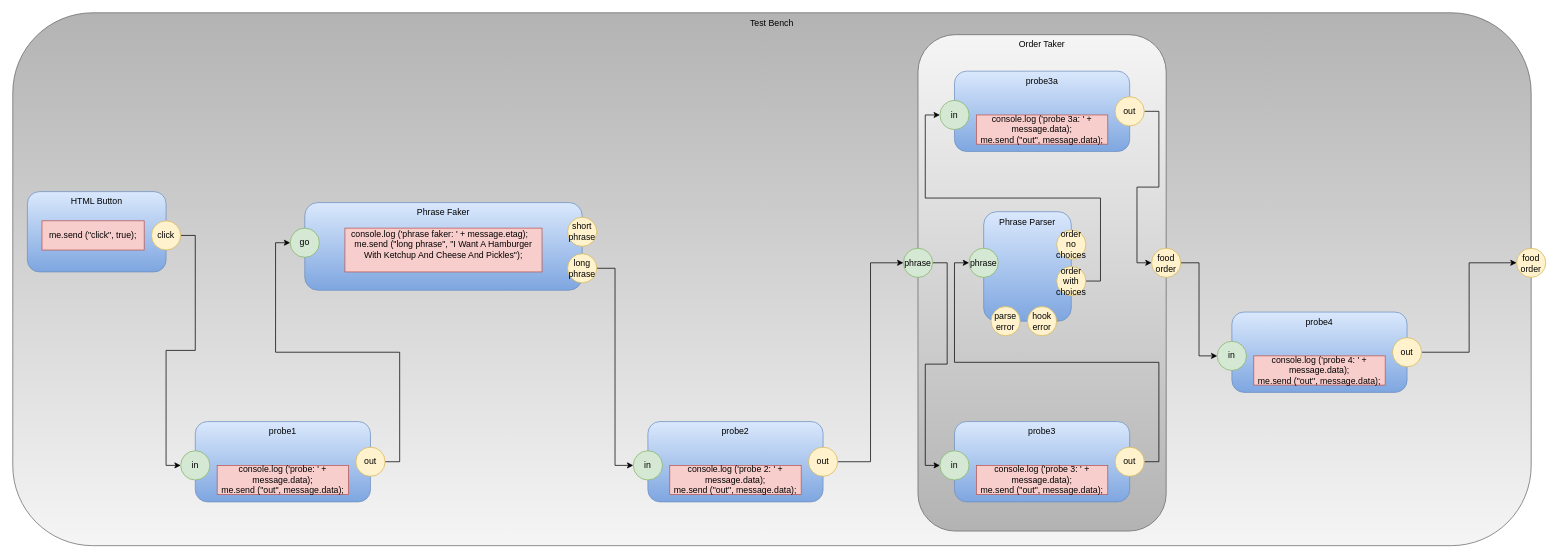
The draw.io diagram testbenchdb.drawio in guitarvydas/das2json, before the edit. Source tidied: cells renumbered, new cells numbered last; positions are measured from the earlier drawing's top-left corner, leaving out a move shared by most shapes. Both pictures are drawn from the tidied source at 73%, with x=0, y=0 at pixel (12, 12).
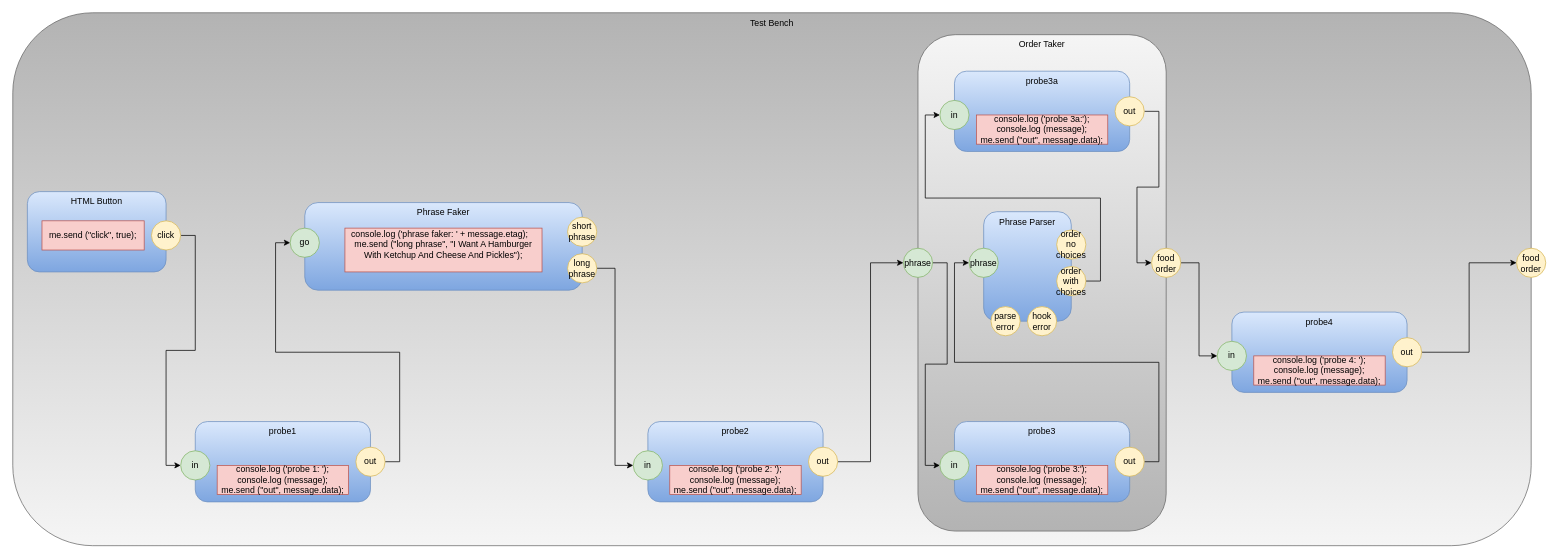
Above is the later version.

The edit, as a diff of the source:
```diff
@@
-    <mxCell id="10" value="console.log ('probe: ' + message.data);&lt;br&gt;me.send (&quot;out&quot;, message.data);" style="rounded=0;whiteSpace=wrap;html=1;fillColor=#f8cecc;strokeColor=#b85450;" parent="1" vertex="1">
+    <mxCell id="10" value="console.log ('probe 1: ');&lt;br&gt;console.log (message);&lt;br&gt;me.send (&quot;out&quot;, message.data);" style="rounded=0;whiteSpace=wrap;html=1;fillColor=#f8cecc;strokeColor=#b85450;" parent="1" vertex="1">
       <mxGeometry x="280" y="620" width="180" height="40" as="geometry" />
     </mxCell>
@@
-    <mxCell id="21" value="console.log ('probe 2: ' + message.data);&lt;br&gt;me.send (&quot;out&quot;, message.data);" style="rounded=0;whiteSpace=wrap;html=1;fillColor=#f8cecc;strokeColor=#b85450;" parent="1" vertex="1">
+    <mxCell id="21" value="console.log ('probe 2: ');&lt;br&gt;console.log (message);&lt;br&gt;me.send (&quot;out&quot;, message.data);" style="rounded=0;whiteSpace=wrap;html=1;fillColor=#f8cecc;strokeColor=#b85450;" parent="1" vertex="1">
       <mxGeometry x="900" y="620" width="180" height="40" as="geometry" />
     </mxCell>
@@
-    <mxCell id="38" value="console.log ('probe 3: ' + message.data);&lt;br&gt;me.send (&quot;out&quot;, message.data);" style="rounded=0;whiteSpace=wrap;html=1;fillColor=#f8cecc;strokeColor=#b85450;" parent="1" vertex="1">
+    <mxCell id="38" value="console.log ('probe 3:');&lt;br&gt;console.log (message);&lt;br&gt;me.send (&quot;out&quot;, message.data);" style="rounded=0;whiteSpace=wrap;html=1;fillColor=#f8cecc;strokeColor=#b85450;" parent="1" vertex="1">
       <mxGeometry x="1320" y="620" width="180" height="40" as="geometry" />
     </mxCell>
@@
-    <mxCell id="43" value="console.log ('probe 4: ' + message.data);&lt;br&gt;me.send (&quot;out&quot;, message.data);" style="rounded=0;whiteSpace=wrap;html=1;fillColor=#f8cecc;strokeColor=#b85450;" parent="1" vertex="1">
+    <mxCell id="43" value="console.log ('probe 4: '); console.log (message);&lt;br&gt;me.send (&quot;out&quot;, message.data);" style="rounded=0;whiteSpace=wrap;html=1;fillColor=#f8cecc;strokeColor=#b85450;" parent="1" vertex="1">
       <mxGeometry x="1700" y="470" width="180" height="40" as="geometry" />
     </mxCell>
@@
-    <mxCell id="48" value="console.log ('probe 3a: ' + message.data);&lt;br&gt;me.send (&quot;out&quot;, message.data);" style="rounded=0;whiteSpace=wrap;html=1;fillColor=#f8cecc;strokeColor=#b85450;" parent="1" vertex="1">
+    <mxCell id="48" value="console.log ('probe 3a:');&lt;br&gt;console.log (message);&lt;br&gt;me.send (&quot;out&quot;, message.data);" style="rounded=0;whiteSpace=wrap;html=1;fillColor=#f8cecc;strokeColor=#b85450;" parent="1" vertex="1">
       <mxGeometry x="1320" y="140" width="180" height="40" as="geometry" />
     </mxCell>
```
